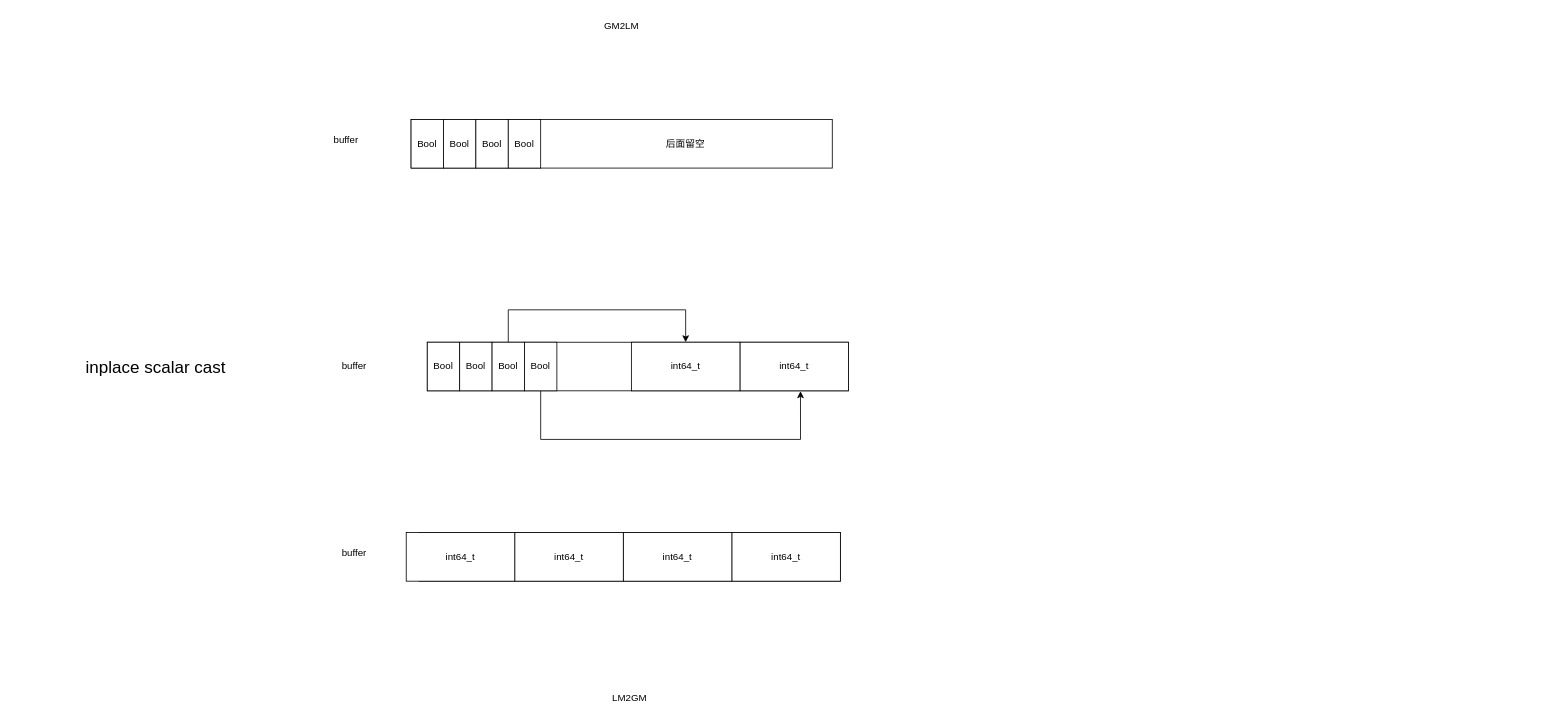
Before: 未命名绘图.drawio in LamForest/draw.io, a draw.io diagram. Source tidied: cells renumbered, new cells numbered last; positions are measured from the earlier drawing's top-left corner, leaving out a move shared by most shapes. Both pictures are drawn from the tidied source at 81%, with x=0, y=0 at pixel (14, 14).
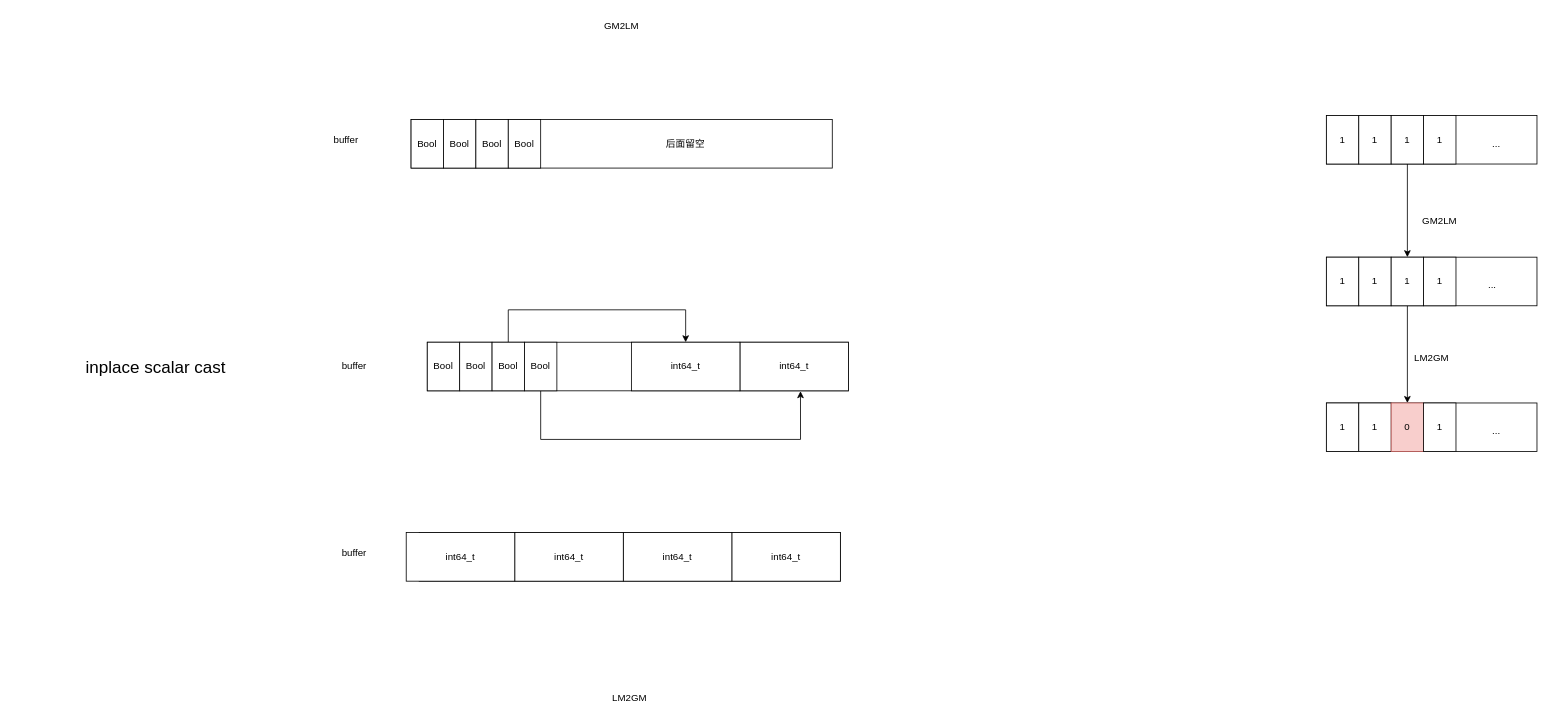
The same page after the edit.

Commit message:
更新未命名绘图.drawio

Change to the diagram source:
```diff
@@
+    <mxCell id="30" style="rounded=0;whiteSpace=wrap;html=1;" parent="1" vertex="1">
+      <mxGeometry x="1620" y="125" width="260" height="60" as="geometry" />
+    </mxCell>
+    <mxCell id="31" value="1" style="rounded=0;whiteSpace=wrap;html=1;" parent="1" vertex="1">
+      <mxGeometry x="1620" y="125" width="40" height="60" as="geometry" />
+    </mxCell>
+    <mxCell id="32" value="1" style="rounded=0;whiteSpace=wrap;html=1;" parent="1" vertex="1">
+      <mxGeometry x="1660" y="125" width="40" height="60" as="geometry" />
+    </mxCell>
+    <mxCell id="33" style="edgeStyle=orthogonalEdgeStyle;rounded=0;jettySize=auto;html=1;" parent="1" edge="1" source="34" target="41">
+      <mxGeometry relative="1" as="geometry" />
+    </mxCell>
+    <mxCell id="34" value="1" style="rounded=0;whiteSpace=wrap;html=1;" parent="1" vertex="1">
+      <mxGeometry x="1700" y="125" width="40" height="60" as="geometry" />
+    </mxCell>
+    <mxCell id="35" value="1" style="rounded=0;whiteSpace=wrap;html=1;" parent="1" vertex="1">
+      <mxGeometry x="1740" y="125" width="40" height="60" as="geometry" />
+    </mxCell>
+    <mxCell id="36" value="..." style="text;html=1;align=center;verticalAlign=middle;whiteSpace=wrap;rounded=0;" parent="1" vertex="1">
+      <mxGeometry x="1800" y="145" width="60" height="30" as="geometry" />
+    </mxCell>
+    <mxCell id="37" style="rounded=0;whiteSpace=wrap;html=1;" parent="1" vertex="1">
+      <mxGeometry x="1620" y="300" width="260" height="60" as="geometry" />
+    </mxCell>
+    <mxCell id="38" value="1" style="rounded=0;whiteSpace=wrap;html=1;" parent="1" vertex="1">
+      <mxGeometry x="1620" y="300" width="40" height="60" as="geometry" />
+    </mxCell>
+    <mxCell id="39" value="1" style="rounded=0;whiteSpace=wrap;html=1;" parent="1" vertex="1">
+      <mxGeometry x="1660" y="300" width="40" height="60" as="geometry" />
+    </mxCell>
+    <mxCell id="40" style="edgeStyle=orthogonalEdgeStyle;rounded=0;jettySize=auto;html=1;entryX=0.5;entryY=0;entryDx=0;entryDy=0;" parent="1" edge="1" source="41" target="48">
+      <mxGeometry relative="1" as="geometry" />
+    </mxCell>
+    <mxCell id="41" value="1" style="rounded=0;whiteSpace=wrap;html=1;" parent="1" vertex="1">
+      <mxGeometry x="1700" y="300" width="40" height="60" as="geometry" />
+    </mxCell>
+    <mxCell id="42" value="1" style="rounded=0;whiteSpace=wrap;html=1;" parent="1" vertex="1">
+      <mxGeometry x="1740" y="300" width="40" height="60" as="geometry" />
+    </mxCell>
+    <mxCell id="43" value="..." style="text;html=1;align=center;verticalAlign=middle;whiteSpace=wrap;rounded=0;" parent="1" vertex="1">
+      <mxGeometry x="1790" y="320" width="70" height="30" as="geometry" />
+    </mxCell>
+    <mxCell id="44" value="LM2GM" style="text;html=1;align=center;verticalAlign=middle;whiteSpace=wrap;rounded=0;" parent="1" vertex="1">
+      <mxGeometry x="1720" y="410" width="60" height="30" as="geometry" />
+    </mxCell>
+    <mxCell id="45" style="rounded=0;whiteSpace=wrap;html=1;" parent="1" vertex="1">
+      <mxGeometry x="1620" y="480" width="260" height="60" as="geometry" />
+    </mxCell>
+    <mxCell id="46" value="1" style="rounded=0;whiteSpace=wrap;html=1;" parent="1" vertex="1">
+      <mxGeometry x="1620" y="480" width="40" height="60" as="geometry" />
+    </mxCell>
+    <mxCell id="47" value="1" style="rounded=0;whiteSpace=wrap;html=1;" parent="1" vertex="1">
+      <mxGeometry x="1660" y="480" width="40" height="60" as="geometry" />
+    </mxCell>
+    <mxCell id="48" value="0" style="rounded=0;whiteSpace=wrap;html=1;fillColor=#f8cecc;strokeColor=#b85450;" parent="1" vertex="1">
+      <mxGeometry x="1700" y="480" width="40" height="60" as="geometry" />
+    </mxCell>
+    <mxCell id="49" value="1" style="rounded=0;whiteSpace=wrap;html=1;" parent="1" vertex="1">
+      <mxGeometry x="1740" y="480" width="40" height="60" as="geometry" />
+    </mxCell>
+    <mxCell id="50" value="..." style="text;html=1;align=center;verticalAlign=middle;whiteSpace=wrap;rounded=0;" parent="1" vertex="1">
+      <mxGeometry x="1800" y="500" width="60" height="30" as="geometry" />
+    </mxCell>
+    <mxCell id="51" value="GM2LM" style="text;html=1;align=center;verticalAlign=middle;whiteSpace=wrap;rounded=0;" parent="1" vertex="1">
+      <mxGeometry x="1730" y="240" width="60" height="30" as="geometry" />
+    </mxCell>
```
